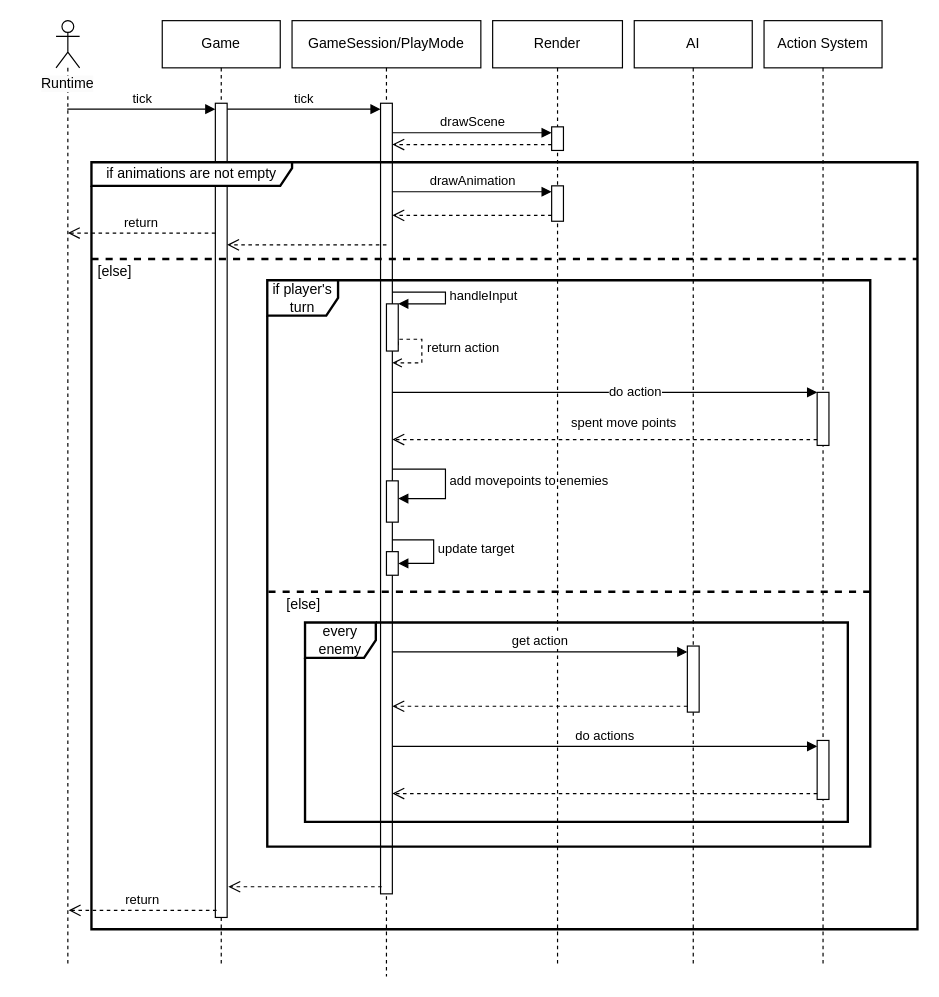
This is page "PlayMode tick" (5 of 9) of docs/schemas.drawio from vladimir-popov/forgotten_catacombs, a draw.io file, before an edit. Source tidied: cells renumbered, new cells numbered last; positions are measured from the earlier drawing's top-left corner, leaving out a move shared by most shapes. Both pictures are drawn from the tidied source at 118%, with x=0, y=0 at pixel (20, 20).
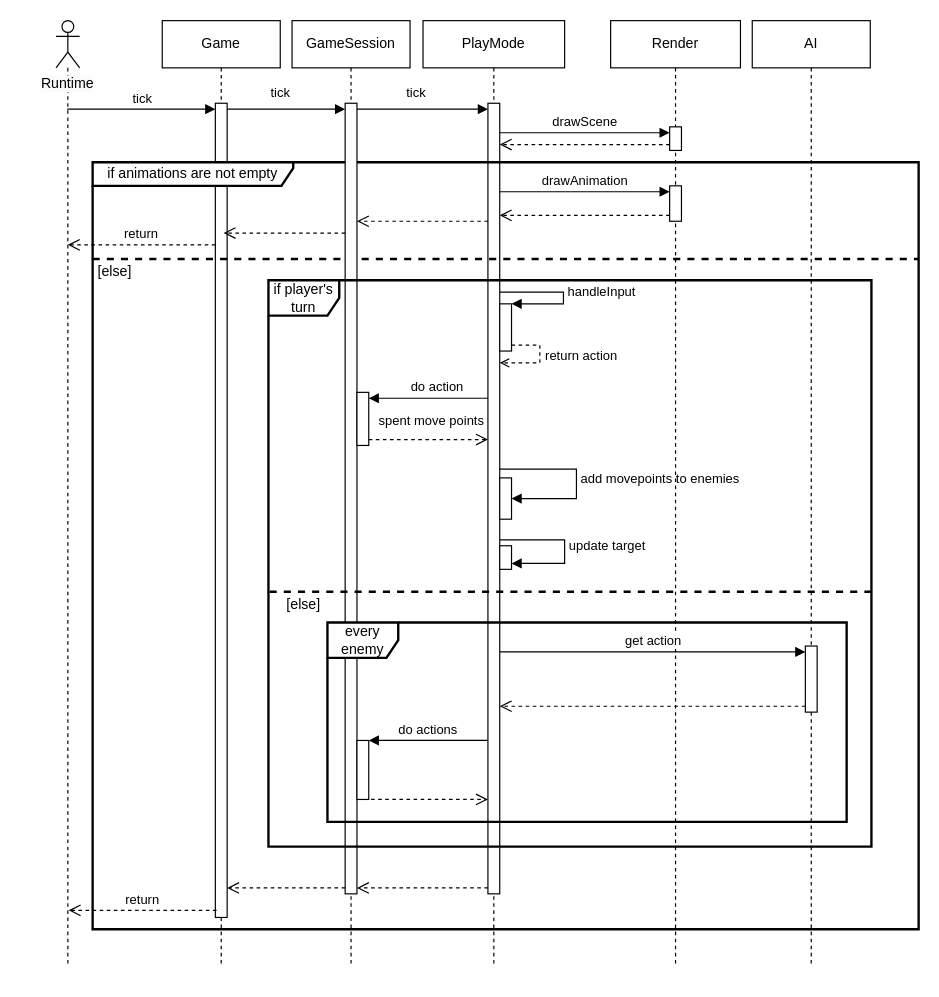
The same page after the edit.

Unchanged cells that the change refers to:
```xml
<mxCell id="5" style="html=1;points=[[0,0,0,0,5],[0,1,0,0,-5],[1,0,0,0,5],[1,1,0,0,-5]];perimeter=orthogonalPerimeter;outlineConnect=0;targetShapes=umlLifeline;portConstraint=eastwest;newEdgeStyle={&quot;curved&quot;:0,&quot;rounded&quot;:0};" parent="4" vertex="1">
  <mxGeometry x="45" y="70" width="10" height="690" as="geometry" />
</mxCell>
```

What changed in the source:
```diff
@@
-    <mxCell id="6" value="GameSession/PlayMode" style="shape=umlLifeline;perimeter=lifelinePerimeter;whiteSpace=wrap;html=1;newEdgeStyle={&quot;curved&quot;:0,&quot;rounded&quot;:0};" parent="1" vertex="1">
-      <mxGeometry x="230" width="160" height="810" as="geometry" />
+    <mxCell id="6" value="PlayMode" style="shape=umlLifeline;perimeter=lifelinePerimeter;whiteSpace=wrap;html=1;newEdgeStyle={&quot;curved&quot;:0,&quot;rounded&quot;:0};" parent="1" vertex="1">
+      <mxGeometry x="341" width="120" height="800" as="geometry" />
     </mxCell>
     <mxCell id="7" style="html=1;points=[[0,0,0,0,5],[0,1,0,0,-5],[1,0,0,0,5],[1,1,0,0,-5]];perimeter=orthogonalPerimeter;outlineConnect=0;targetShapes=umlLifeline;portConstraint=eastwest;newEdgeStyle={&quot;curved&quot;:0,&quot;rounded&quot;:0};" parent="6" vertex="1">
-      <mxGeometry x="75" y="70" width="10" height="670" as="geometry" />
+      <mxGeometry x="55" y="70" width="10" height="670" as="geometry" />
     </mxCell>
-    <mxCell id="8" value="update target" style="html=1;align=left;spacingLeft=2;endArrow=block;rounded=0;edgeStyle=orthogonalEdgeStyle;curved=0;rounded=0;" parent="6" edge="1" target="9">
+    <mxCell id="8" value="update target" style="html=1;align=left;spacingLeft=2;endArrow=block;rounded=0;edgeStyle=orthogonalEdgeStyle;curved=0;rounded=0;" parent="6" edge="1" source="7" target="9">
       <mxGeometry relative="1" as="geometry">
-        <mxPoint x="85" y="440" as="sourcePoint" />
         <Array as="points">
           <mxPoint x="120" y="440" />
           <mxPoint x="120" y="460" />
         </Array>
       </mxGeometry>
     </mxCell>
     <mxCell id="9" style="html=1;points=[[0,0,0,0,5],[0,1,0,0,-5],[1,0,0,0,5],[1,1,0,0,-5]];perimeter=orthogonalPerimeter;outlineConnect=0;targetShapes=umlLifeline;portConstraint=eastwest;newEdgeStyle={&quot;curved&quot;:0,&quot;rounded&quot;:0};" parent="6" vertex="1">
-      <mxGeometry x="80" y="450" width="10" height="20" as="geometry" />
+      <mxGeometry x="65" y="445" width="10" height="20" as="geometry" />
     </mxCell>
     <mxCell id="10" style="html=1;points=[[0,0,0,0,5],[0,1,0,0,-5],[1,0,0,0,5],[1,1,0,0,-5]];perimeter=orthogonalPerimeter;outlineConnect=0;targetShapes=umlLifeline;portConstraint=eastwest;newEdgeStyle={&quot;curved&quot;:0,&quot;rounded&quot;:0};" parent="6" vertex="1">
-      <mxGeometry x="80" y="390" width="10" height="35" as="geometry" />
+      <mxGeometry x="65" y="387.5" width="10" height="35" as="geometry" />
     </mxCell>
-    <mxCell id="11" value="add movepoints to enemies" style="html=1;align=left;spacingLeft=2;endArrow=block;rounded=0;edgeStyle=orthogonalEdgeStyle;curved=0;rounded=0;" parent="6" edge="1" target="10">
+    <mxCell id="11" value="add movepoints to enemies" style="html=1;align=left;spacingLeft=2;endArrow=block;rounded=0;edgeStyle=orthogonalEdgeStyle;curved=0;rounded=0;" parent="6" edge="1" source="7" target="10">
       <mxGeometry relative="1" as="geometry">
-        <mxPoint x="85" y="380" as="sourcePoint" />
         <Array as="points">
           <mxPoint x="130" y="380" />
           <mxPoint x="130" y="405" />
         </Array>
       </mxGeometry>
     </mxCell>
@@
-    <mxCell id="14" value="tick" style="html=1;verticalAlign=bottom;endArrow=block;curved=0;rounded=0;entryX=0;entryY=0;entryDx=0;entryDy=5;" parent="1" edge="1" source="5" target="7">
-      <mxGeometry relative="1" as="geometry" />
+    <mxCell id="14" value="tick" style="html=1;verticalAlign=bottom;endArrow=block;curved=0;rounded=0;entryX=0;entryY=0;entryDx=0;entryDy=5;entryPerimeter=0;" parent="1" edge="1" source="5" target="49">
+      <mxGeometry x="-0.1" y="5" relative="1" as="geometry" />
     </mxCell>
-    <mxCell id="15" style="html=1;verticalAlign=bottom;endArrow=open;dashed=1;endSize=8;curved=0;rounded=0;exitX=0;exitY=1;exitDx=0;exitDy=-5;" parent="1" edge="1">
-      <mxGeometry relative="1" as="geometry">
-        <mxPoint x="306" y="734" as="sourcePoint" />
-        <mxPoint x="176" y="734" as="targetPoint" />
-      </mxGeometry>
+    <mxCell id="15" style="html=1;verticalAlign=bottom;endArrow=open;dashed=1;endSize=8;curved=0;rounded=0;exitX=0;exitY=1;exitDx=0;exitDy=-5;exitPerimeter=0;entryX=1;entryY=1;entryDx=0;entryDy=-5;entryPerimeter=0;" parent="1" edge="1" source="7" target="49">
+      <mxGeometry relative="1" as="geometry" />
     </mxCell>
     <mxCell id="16" value="Render" style="shape=umlLifeline;perimeter=lifelinePerimeter;whiteSpace=wrap;html=1;newEdgeStyle={&quot;curved&quot;:0,&quot;rounded&quot;:0};" parent="1" vertex="1">
-      <mxGeometry x="400" width="110" height="800" as="geometry" />
+      <mxGeometry x="500" width="110" height="800" as="geometry" />
     </mxCell>
@@
     <mxCell id="21" value="if animations are not empty" style="shape=umlFrame;whiteSpace=wrap;html=1;width=170;height=20;strokeWidth=2;" parent="1" vertex="1">
-      <mxGeometry x="60" y="120" width="700" height="650" as="geometry" />
+      <mxGeometry x="61" y="120" width="700" height="650" as="geometry" />
     </mxCell>
@@
-    <mxCell id="24" value="if player's turn" style="shape=umlFrame;whiteSpace=wrap;html=1;strokeWidth=2;" parent="1" vertex="1">
-      <mxGeometry x="209" y="220" width="511" height="480" as="geometry" />
-    </mxCell>
     <mxCell id="25" style="edgeStyle=orthogonalEdgeStyle;rounded=0;jettySize=auto;html=1;curved=0;exitX=1;exitY=1;exitDx=0;exitDy=-5;exitPerimeter=0;dashed=1;endArrow=open;endFill=0;" parent="1" edge="1" source="27" target="7">
       <mxGeometry relative="1" as="geometry">
         <Array as="points">
-          <mxPoint x="320" y="270" />
-          <mxPoint x="340" y="270" />
-          <mxPoint x="340" y="290" />
+          <mxPoint x="440" y="275" />
+          <mxPoint x="440" y="290" />
         </Array>
       </mxGeometry>
     </mxCell>
@@
     <mxCell id="27" style="html=1;points=[[0,0,0,0,5],[0,1,0,0,-5],[1,0,0,0,5],[1,1,0,0,-5]];perimeter=orthogonalPerimeter;outlineConnect=0;targetShapes=umlLifeline;portConstraint=eastwest;newEdgeStyle={&quot;curved&quot;:0,&quot;rounded&quot;:0};" parent="1" vertex="1">
-      <mxGeometry x="310" y="240" width="10" height="40" as="geometry" />
+      <mxGeometry x="406" y="240" width="10" height="40" as="geometry" />
     </mxCell>
     <mxCell id="28" value="handleInput" style="html=1;align=left;spacingLeft=2;endArrow=block;rounded=0;edgeStyle=orthogonalEdgeStyle;curved=0;rounded=0;" parent="1" edge="1" source="7" target="27">
       <mxGeometry relative="1" as="geometry">
         <Array as="points">
-          <mxPoint x="360" y="230" />
-          <mxPoint x="360" y="240" />
+          <mxPoint x="460" y="230" />
+          <mxPoint x="460" y="240" />
         </Array>
       </mxGeometry>
     </mxCell>
-    <mxCell id="29" style="html=1;verticalAlign=bottom;endArrow=open;dashed=1;endSize=8;curved=0;rounded=0;" parent="1" edge="1" target="5">
+    <mxCell id="29" style="html=1;verticalAlign=bottom;endArrow=open;dashed=1;endSize=8;curved=0;rounded=0;" parent="1" edge="1">
       <mxGeometry relative="1" as="geometry">
-        <mxPoint x="310" y="190" as="sourcePoint" />
+        <mxPoint x="275" y="180" as="sourcePoint" />
+        <mxPoint x="172" y="180" as="targetPoint" />
+        <Array as="points">
+          <mxPoint x="220" y="180" />
+        </Array>
       </mxGeometry>
     </mxCell>
     <mxCell id="30" style="line;strokeWidth=2;fillColor=none;align=left;verticalAlign=middle;spacingTop=-1;spacingLeft=3;spacingRight=3;labelPosition=right;strokeColor=inherit;dashed=1;" parent="1" vertex="1">
-      <mxGeometry x="60" y="198" width="700" height="8" as="geometry" />
+      <mxGeometry x="61" y="198" width="700" height="8" as="geometry" />
     </mxCell>
-    <mxCell id="31" value="return" style="html=1;verticalAlign=bottom;endArrow=open;dashed=1;endSize=8;curved=0;rounded=0;" parent="1" edge="1" source="5">
+    <mxCell id="31" value="return" style="html=1;verticalAlign=bottom;endArrow=open;dashed=1;endSize=8;curved=0;rounded=0;" parent="1" edge="1">
       <mxGeometry relative="1" as="geometry">
-        <mxPoint x="40" y="180" as="targetPoint" />
+        <mxPoint x="165" y="190" as="sourcePoint" />
+        <mxPoint x="40" y="190" as="targetPoint" />
       </mxGeometry>
     </mxCell>
@@
-    <mxCell id="33" style="line;strokeWidth=2;fillColor=none;align=left;verticalAlign=middle;spacingTop=-1;spacingLeft=3;spacingRight=3;labelPosition=right;strokeColor=inherit;dashed=1;" parent="1" vertex="1">
-      <mxGeometry x="210" y="480" width="510" height="8" as="geometry" />
-    </mxCell>
     <mxCell id="34" value="AI" style="shape=umlLifeline;perimeter=lifelinePerimeter;whiteSpace=wrap;html=1;newEdgeStyle={&quot;curved&quot;:0,&quot;rounded&quot;:0};" parent="1" vertex="1">
-      <mxGeometry x="520" width="100" height="800" as="geometry" />
+      <mxGeometry x="620" width="100" height="800" as="geometry" />
     </mxCell>
@@
-    <mxCell id="38" value="Action System" style="shape=umlLifeline;perimeter=lifelinePerimeter;whiteSpace=wrap;html=1;newEdgeStyle={&quot;curved&quot;:0,&quot;rounded&quot;:0};" parent="1" vertex="1">
-      <mxGeometry x="630" width="100" height="800" as="geometry" />
-    </mxCell>
-    <mxCell id="39" style="html=1;points=[[0,0,0,0,5],[0,1,0,0,-5],[1,0,0,0,5],[1,1,0,0,-5]];perimeter=orthogonalPerimeter;outlineConnect=0;targetShapes=umlLifeline;portConstraint=eastwest;newEdgeStyle={&quot;curved&quot;:0,&quot;rounded&quot;:0};" parent="38" vertex="1">
-      <mxGeometry x="45" y="610" width="10" height="50" as="geometry" />
-    </mxCell>
-    <mxCell id="40" style="html=1;points=[[0,0,0,0,5],[0,1,0,0,-5],[1,0,0,0,5],[1,1,0,0,-5]];perimeter=orthogonalPerimeter;outlineConnect=0;targetShapes=umlLifeline;portConstraint=eastwest;newEdgeStyle={&quot;curved&quot;:0,&quot;rounded&quot;:0};" parent="38" vertex="1">
-      <mxGeometry x="45" y="315" width="10" height="45" as="geometry" />
-    </mxCell>
-    <mxCell id="41" value="do actions" style="html=1;verticalAlign=bottom;endArrow=block;curved=0;rounded=0;entryX=0;entryY=0;entryDx=0;entryDy=5;" parent="1" edge="1" source="7" target="39">
+    <mxCell id="41" value="do actions" style="html=1;verticalAlign=bottom;endArrow=block;curved=0;rounded=0;" parent="1" edge="1" source="7" target="50">
       <mxGeometry relative="1" as="geometry" />
     </mxCell>
-    <mxCell id="42" style="html=1;verticalAlign=bottom;endArrow=open;dashed=1;endSize=8;curved=0;rounded=0;exitX=0;exitY=1;exitDx=0;exitDy=-5;" parent="1" edge="1" source="39" target="7">
-      <mxGeometry relative="1" as="geometry" />
+    <mxCell id="42" style="html=1;verticalAlign=bottom;endArrow=open;dashed=1;endSize=8;curved=0;rounded=0;" parent="1" edge="1">
+      <mxGeometry relative="1" as="geometry">
+        <mxPoint x="285" y="660" as="sourcePoint" />
+        <mxPoint x="396" y="660" as="targetPoint" />
+      </mxGeometry>
     </mxCell>
@@
-    <mxCell id="44" value="do action" style="html=1;align=left;spacingLeft=2;endArrow=block;rounded=0;edgeStyle=orthogonalEdgeStyle;curved=0;rounded=0;" parent="1" edge="1" source="7" target="40">
-      <mxGeometry relative="1" as="geometry">
+    <mxCell id="44" value="do action" style="html=1;align=left;spacingLeft=2;endArrow=block;rounded=0;edgeStyle=orthogonalEdgeStyle;curved=0;rounded=0;" parent="1" edge="1" source="7" target="51">
+      <mxGeometry x="0.37" y="-10" relative="1" as="geometry">
         <Array as="points">
-          <mxPoint x="500" y="315" />
-          <mxPoint x="500" y="315" />
+          <mxPoint x="310" y="320" />
+          <mxPoint x="310" y="320" />
         </Array>
       </mxGeometry>
     </mxCell>
-    <mxCell id="45" style="html=1;verticalAlign=bottom;endArrow=open;dashed=1;endSize=8;curved=0;rounded=0;exitX=0;exitY=1;exitDx=0;exitDy=-5;exitPerimeter=0;" parent="1" edge="1" source="40" target="7">
+    <mxCell id="45" style="html=1;verticalAlign=bottom;endArrow=open;dashed=1;endSize=8;curved=0;rounded=0;exitX=1;exitY=1;exitDx=0;exitDy=-5;exitPerimeter=0;" parent="1" edge="1" source="51" target="7">
       <mxGeometry relative="1" as="geometry" />
     </mxCell>
     <mxCell id="46" value="spent move points" style="edgeLabel;html=1;align=center;verticalAlign=middle;" parent="45" vertex="1">
       <mxGeometry x="-0.11" y="1" relative="1" as="geometry">
-        <mxPoint x="-5" y="-16" as="offset" />
+        <mxPoint x="7" y="-16" as="offset" />
       </mxGeometry>
     </mxCell>
+    <mxCell id="48" value="GameSession" style="shape=umlLifeline;perimeter=lifelinePerimeter;whiteSpace=wrap;html=1;newEdgeStyle={&quot;curved&quot;:0,&quot;rounded&quot;:0};" parent="1" vertex="1">
+      <mxGeometry x="230" width="100" height="800" as="geometry" />
+    </mxCell>
+    <mxCell id="49" style="html=1;points=[[0,0,0,0,5],[0,1,0,0,-5],[1,0,0,0,5],[1,1,0,0,-5]];perimeter=orthogonalPerimeter;outlineConnect=0;targetShapes=umlLifeline;portConstraint=eastwest;newEdgeStyle={&quot;curved&quot;:0,&quot;rounded&quot;:0};" parent="48" vertex="1">
+      <mxGeometry x="45" y="70" width="10" height="670" as="geometry" />
+    </mxCell>
+    <mxCell id="50" style="html=1;points=[[0,0,0,0,5],[0,1,0,0,-5],[1,0,0,0,5],[1,1,0,0,-5]];perimeter=orthogonalPerimeter;outlineConnect=0;targetShapes=umlLifeline;portConstraint=eastwest;newEdgeStyle={&quot;curved&quot;:0,&quot;rounded&quot;:0};" parent="48" vertex="1">
+      <mxGeometry x="55" y="610" width="10" height="50" as="geometry" />
+    </mxCell>
+    <mxCell id="51" style="html=1;points=[[0,0,0,0,5],[0,1,0,0,-5],[1,0,0,0,5],[1,1,0,0,-5]];perimeter=orthogonalPerimeter;outlineConnect=0;targetShapes=umlLifeline;portConstraint=eastwest;newEdgeStyle={&quot;curved&quot;:0,&quot;rounded&quot;:0};" parent="48" vertex="1">
+      <mxGeometry x="55" y="315" width="10" height="45" as="geometry" />
+    </mxCell>
     <mxCell id="47" value="every enemy" style="shape=umlFrame;whiteSpace=wrap;html=1;strokeWidth=2;" parent="1" vertex="1">
-      <mxGeometry x="241" y="510" width="460" height="169" as="geometry" />
+      <mxGeometry x="260" y="510" width="440" height="169" as="geometry" />
     </mxCell>
+    <mxCell id="24" value="if player's turn" style="shape=umlFrame;whiteSpace=wrap;html=1;strokeWidth=2;" parent="1" vertex="1">
+      <mxGeometry x="210" y="220" width="511" height="480" as="geometry" />
+    </mxCell>
+    <mxCell id="33" style="line;strokeWidth=2;fillColor=none;align=left;verticalAlign=middle;spacingTop=-1;spacingLeft=3;spacingRight=3;labelPosition=right;strokeColor=inherit;dashed=1;" parent="1" vertex="1">
+      <mxGeometry x="211" y="480" width="510" height="8" as="geometry" />
+    </mxCell>
+    <mxCell id="52" value="tick" style="html=1;verticalAlign=bottom;endArrow=block;curved=0;rounded=0;entryX=0;entryY=0;entryDx=0;entryDy=5;entryPerimeter=0;exitX=1;exitY=0;exitDx=0;exitDy=5;exitPerimeter=0;" parent="1" edge="1" source="49" target="7">
+      <mxGeometry x="-0.1" y="5" relative="1" as="geometry" />
+    </mxCell>
+    <mxCell id="53" style="html=1;verticalAlign=bottom;endArrow=open;dashed=1;endSize=8;curved=0;rounded=0;" parent="1" edge="1">
+      <mxGeometry relative="1" as="geometry">
+        <mxPoint x="396" y="170" as="sourcePoint" />
+        <mxPoint x="285" y="170" as="targetPoint" />
+      </mxGeometry>
+    </mxCell>
+    <mxCell id="54" style="html=1;verticalAlign=bottom;endArrow=open;dashed=1;endSize=8;curved=0;rounded=0;exitX=0;exitY=1;exitDx=0;exitDy=-5;exitPerimeter=0;" parent="1" edge="1" source="49" target="5">
+      <mxGeometry relative="1" as="geometry" />
+    </mxCell>
```
